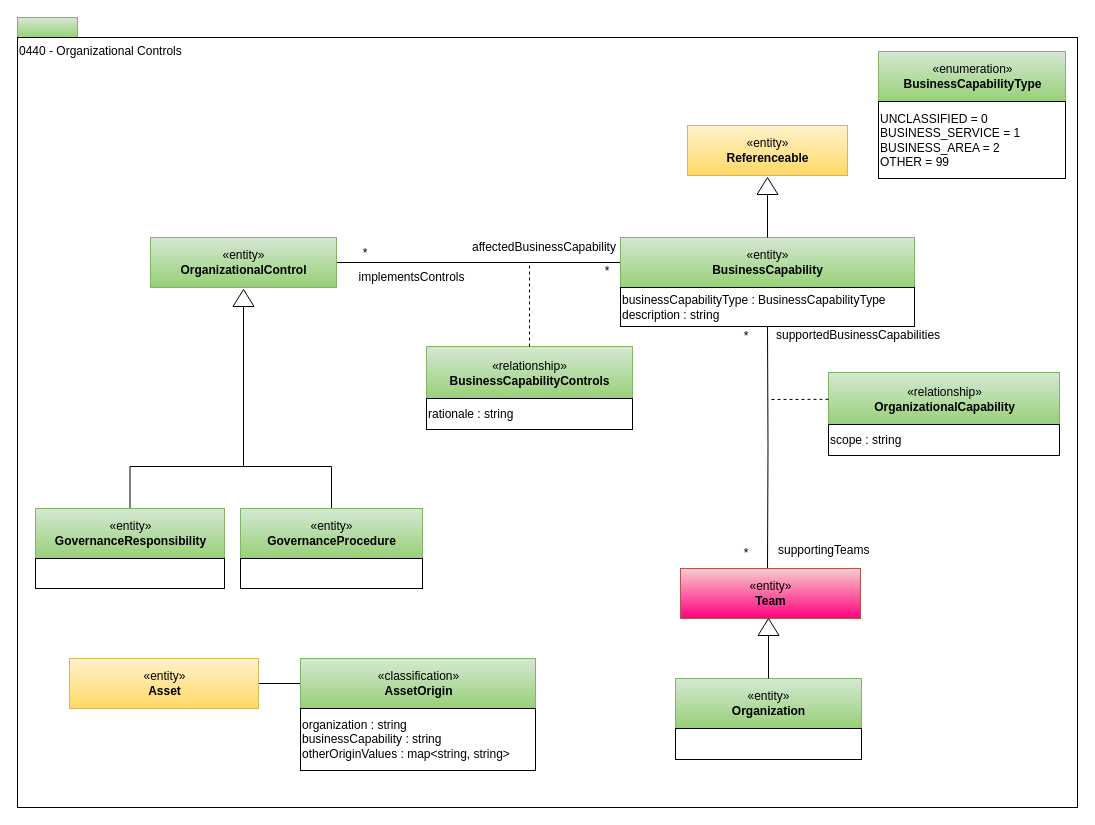
Earlier version of the draw.io diagram page "0440-Organizational-Controls" (15 of 28) of open-metadata-publication/website/open-metadata-types/area-4-governance.drawio (odpi/egeria). Source tidied: cells renumbered, new cells numbered last; positions are measured from the earlier drawing's top-left corner, leaving out a move shared by most shapes. Both pictures are drawn from the tidied source at 100%, with x=0, y=0 at pixel (17, 17).
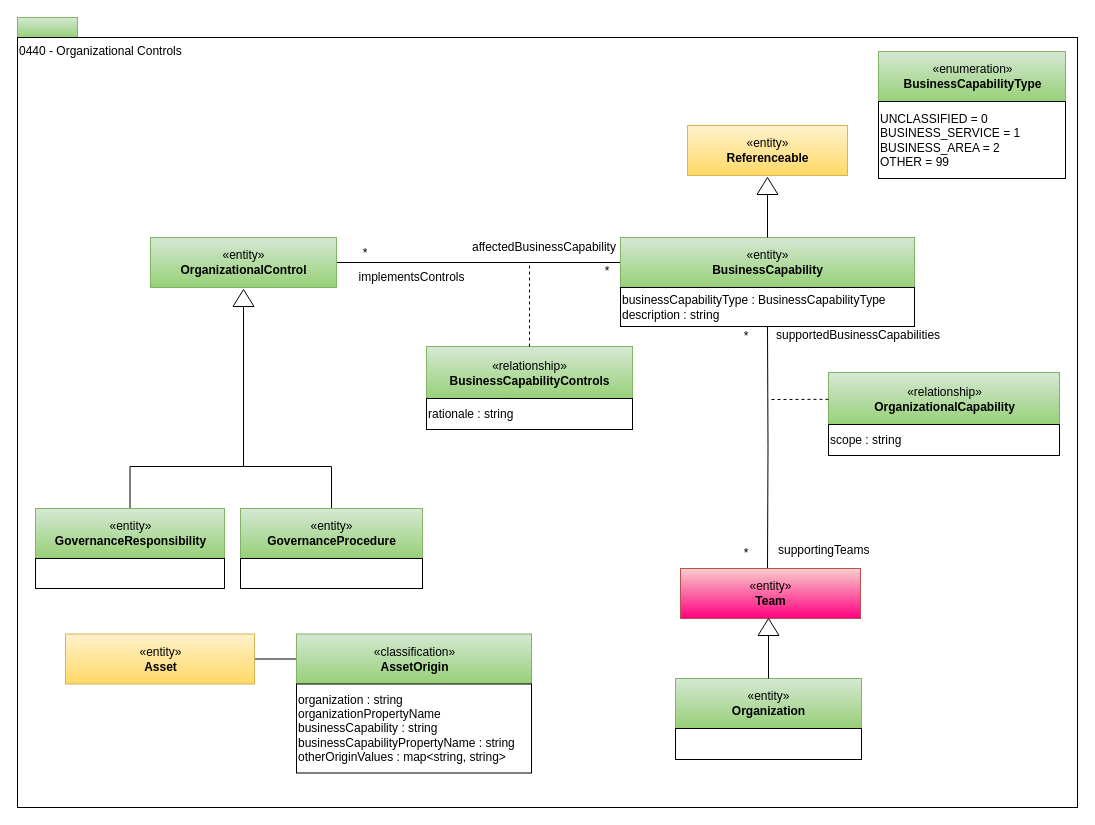
After the change.

Diff of the diagram source:
```diff
@@
     <mxCell id="32" value="«classification»&lt;br&gt;&lt;b&gt;AssetOrigin&lt;/b&gt;" style="html=1;strokeColor=#82b366;align=center;fillColor=#d5e8d4;gradientColor=#97d077;" parent="1" vertex="1">
-      <mxGeometry x="283" y="641" width="235" height="50" as="geometry" />
+      <mxGeometry x="279" y="616.5" width="235" height="50" as="geometry" />
     </mxCell>
     <mxCell id="33" value="«entity»&lt;br&gt;&lt;b&gt;Asset&lt;/b&gt;" style="html=1;strokeColor=#d6b656;align=center;fillColor=#fff2cc;gradientColor=#ffd966;" parent="1" vertex="1">
-      <mxGeometry x="52" y="641" width="189" height="50" as="geometry" />
+      <mxGeometry x="48" y="616.5" width="189" height="50" as="geometry" />
     </mxCell>
-    <mxCell id="34" value="organization : string&lt;br&gt;businessCapability : string&lt;br&gt;otherOriginValues : map&amp;lt;string, string&amp;gt;&lt;br&gt;&lt;div style=&quot;text-align: left&quot;&gt;&lt;/div&gt;" style="rounded=0;whiteSpace=wrap;html=1;strokeColor=#000000;gradientColor=#ffffff;align=left;" parent="1" vertex="1">
-      <mxGeometry x="283" y="691" width="235" height="62" as="geometry" />
+    <mxCell id="34" value="organization : string&lt;br&gt;organizationPropertyName&lt;br&gt;businessCapability : string&lt;br&gt;businessCapabilityPropertyName : string&lt;br&gt;otherOriginValues : map&amp;lt;string, string&amp;gt;&lt;br&gt;&lt;div style=&quot;text-align: left&quot;&gt;&lt;/div&gt;" style="rounded=0;whiteSpace=wrap;html=1;strokeColor=#000000;gradientColor=#ffffff;align=left;" parent="1" vertex="1">
+      <mxGeometry x="279" y="666.5" width="235" height="89" as="geometry" />
     </mxCell>
```
